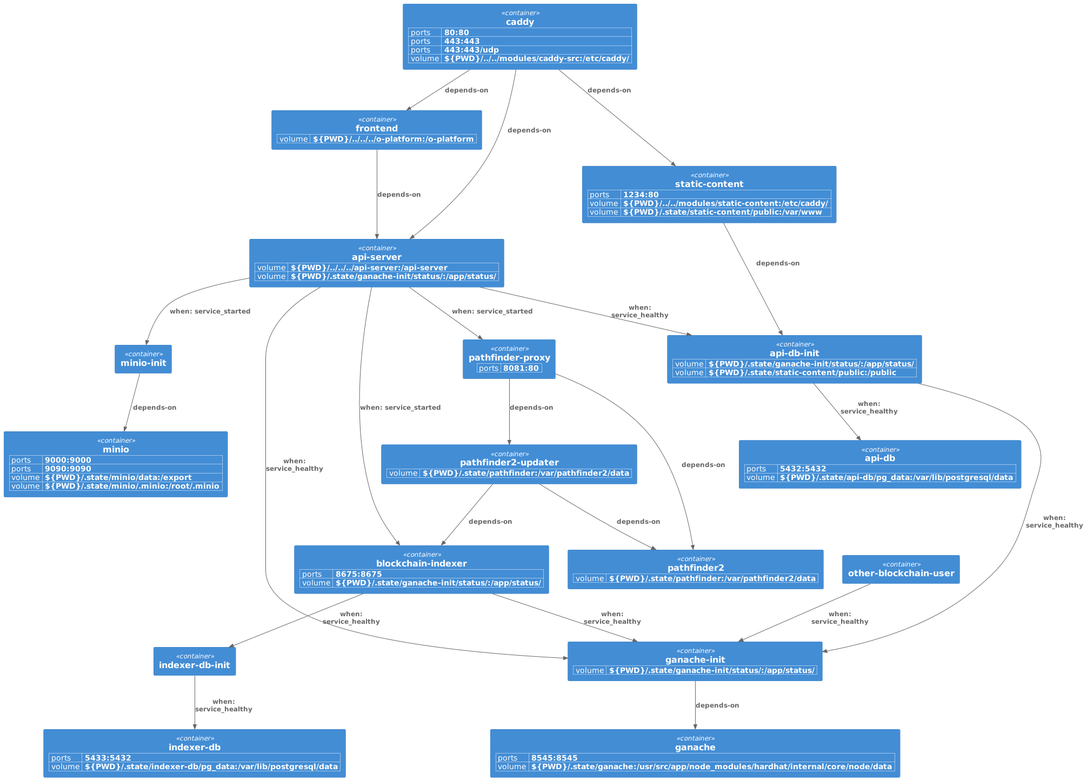
Before: docs/diagrams/out/startup-dependencies.png, a diagram exported from PlantUML (CirclesUBI/land-local).
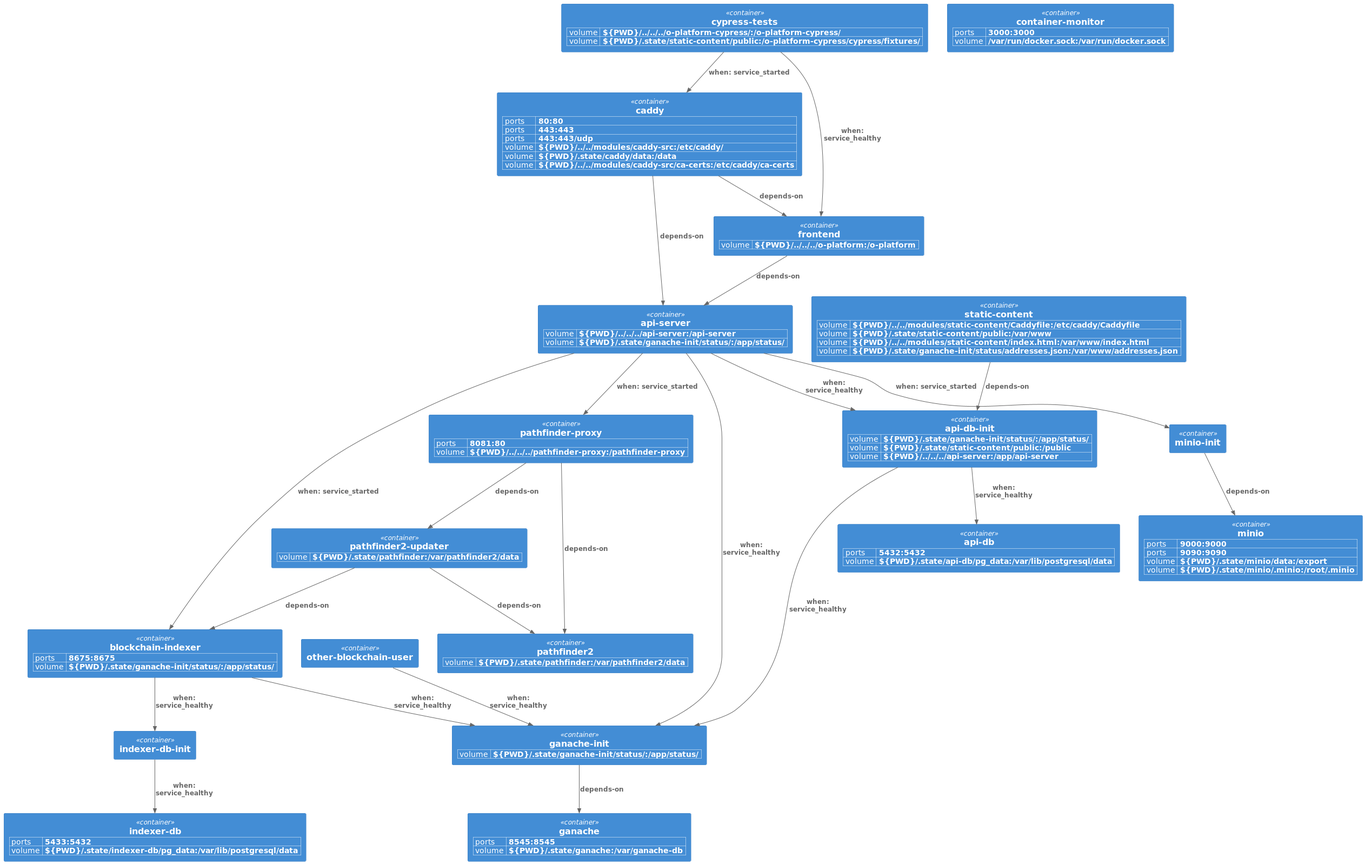
After the change.

Diff of the diagram source:
```diff
@@ -14,6 +14,7 @@
 WithoutPropertyHeader()
 AddProperty("volume", "${PWD}/.state/ganache-init/status/:/app/status/")
 AddProperty("volume", "${PWD}/.state/static-content/public:/public")
+AddProperty("volume", "${PWD}/../../../api-server:/app/api-server")
 Container(api_db_init, "api-db-init")
 WithoutPropertyHeader()
 AddProperty("volume", "${PWD}/../../../api-server:/api-server")
@@ -25,7 +26,7 @@
 Container(blockchain_indexer, "blockchain-indexer")
 WithoutPropertyHeader()
 AddProperty("ports", "8545:8545")
-AddProperty("volume", "${PWD}/.state/ganache:/usr/src/app/node_modules/hardhat/internal/core/node/data")
+AddProperty("volume", "${PWD}/.state/ganache:/var/ganache-db")
 Container(ganache, "ganache")
 WithoutPropertyHeader()
 AddProperty("volume", "${PWD}/.state/ganache-init/status/:/app/status/")
@@ -40,6 +41,7 @@
 Container(pathfinder2, "pathfinder2")
 WithoutPropertyHeader()
 AddProperty("ports", "8081:80")
+AddProperty("volume", "${PWD}/../../../pathfinder-proxy:/pathfinder-proxy")
 Container(pathfinder_proxy, "pathfinder-proxy")
 WithoutPropertyHeader()
 AddProperty("volume", "${PWD}/../../../o-platform:/o-platform")
@@ -57,12 +59,23 @@
 AddProperty("ports", "443:443")
 AddProperty("ports", "443:443/udp")
 AddProperty("volume", "${PWD}/../../modules/caddy-src:/etc/caddy/")
+AddProperty("volume", "${PWD}/.state/caddy/data:/data")
+AddProperty("volume", "${PWD}/../../modules/caddy-src/ca-certs:/etc/caddy/ca-certs")
 Container(caddy, "caddy")
 WithoutPropertyHeader()
-AddProperty("ports", "1234:80")
-AddProperty("volume", "${PWD}/../../modules/static-content:/etc/caddy/")
+AddProperty("volume", "${PWD}/../../modules/static-content/Caddyfile:/etc/caddy/Caddyfile")
 AddProperty("volume", "${PWD}/.state/static-content/public:/var/www")
+AddProperty("volume", "${PWD}/../../modules/static-content/index.html:/var/www/index.html")
+AddProperty("volume", "${PWD}/.state/ganache-init/status/addresses.json:/var/www/addresses.json")
 Container(static_content, "static-content")
+WithoutPropertyHeader()
+AddProperty("ports", "3000:3000")
+AddProperty("volume", "/var/run/docker.sock:/var/run/docker.sock")
+Container(container_monitor, "container-monitor")
+WithoutPropertyHeader()
+AddProperty("volume", "${PWD}/../../../o-platform-cypress/:/o-platform-cypress/")
+AddProperty("volume", "${PWD}/.state/static-content/public:/o-platform-cypress/cypress/fixtures/")
+Container(cypress_tests, "cypress-tests")
 Rel_D(indexer_db_init, indexer_db, "when: service_healthy", "")
 Rel_D(api_db_init, api_db, "when: service_healthy", "")
 Rel_D(api_db_init, ganache_init, "when: service_healthy", "")
@@ -81,9 +94,10 @@
 Rel_D(pathfinder_proxy, pathfinder2, "depends-on", "")
 Rel_D(frontend, api_server, "depends-on", "")
 Rel_D(minio_init, minio, "depends-on", "")
+Rel_D(caddy, api_server, "depends-on", "")
 Rel_D(caddy, frontend, "depends-on", "")
-Rel_D(caddy, api_server, "depends-on", "")
-Rel_D(caddy, static_content, "depends-on", "")
 Rel_D(static_content, api_db_init, "depends-on", "")
+Rel_D(cypress_tests, caddy, "when: service_started", "")
+Rel_D(cypress_tests, frontend, "when: service_healthy", "")
 
 @enduml
```
